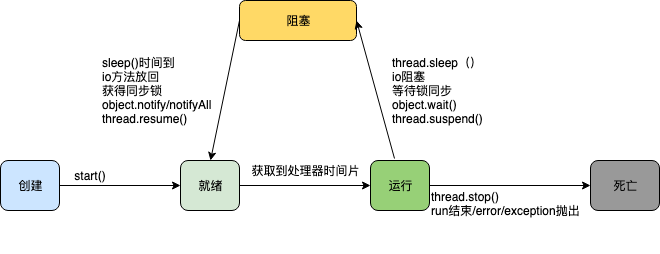
The draw.io diagram picture/线程生命周期.png in leon-fly/documents, before a commit. Source tidied: cells renumbered, new cells last; positions are measured from the earlier drawing's top-left corner, leaving out a move shared by most shapes. The source it was exported from:
```xml
<mxGraphModel>
  <root>
    <mxCell id="0" />
    <mxCell id="1" parent="0" />
    <mxCell id="2" style="edgeStyle=orthogonalEdgeStyle;rounded=0;jettySize=auto;html=1;entryX=0;entryY=0.5;entryDx=0;entryDy=0;" parent="1" edge="1" target="5">
      <mxGeometry relative="1" as="geometry">
        <mxPoint x="56" y="185" as="sourcePoint" />
      </mxGeometry>
    </mxCell>
    <mxCell id="3" value="创建" style="rounded=1;whiteSpace=wrap;html=1;fillColor=#CCE5FF;" parent="1" vertex="1">
      <mxGeometry y="160" width="59" height="50" as="geometry" />
    </mxCell>
    <mxCell id="4" style="edgeStyle=orthogonalEdgeStyle;rounded=0;jettySize=auto;html=1;" parent="1" edge="1" source="5" target="7">
      <mxGeometry relative="1" as="geometry" />
    </mxCell>
    <mxCell id="5" value="就绪" style="rounded=1;whiteSpace=wrap;html=1;fillColor=#D5E8D4;" parent="1" vertex="1">
      <mxGeometry x="180" y="160" width="59" height="50" as="geometry" />
    </mxCell>
    <mxCell id="6" style="edgeStyle=orthogonalEdgeStyle;rounded=0;jettySize=auto;html=1;" parent="1" edge="1" source="7" target="8">
      <mxGeometry relative="1" as="geometry" />
    </mxCell>
    <mxCell id="7" value="运行" style="rounded=1;whiteSpace=wrap;html=1;fillColor=#97D077;" parent="1" vertex="1">
      <mxGeometry x="370" y="160" width="59" height="50" as="geometry" />
    </mxCell>
    <mxCell id="8" value="死亡" style="rounded=1;whiteSpace=wrap;html=1;fillColor=#999999;" parent="1" vertex="1">
      <mxGeometry x="590" y="160" width="69" height="50" as="geometry" />
    </mxCell>
    <mxCell id="9" value="阻塞" style="rounded=1;whiteSpace=wrap;html=1;fillColor=#FFD966;" parent="1" vertex="1">
      <mxGeometry x="239" width="117" height="40" as="geometry" />
    </mxCell>
    <mxCell id="10" value="start()" style="text;html=1;strokeColor=none;fillColor=none;align=center;verticalAlign=middle;whiteSpace=wrap;rounded=0;" parent="1" vertex="1">
      <mxGeometry x="70" y="165" width="40" height="20" as="geometry" />
    </mxCell>
    <mxCell id="11" style="endArrow=classic;html=1;exitX=0.407;exitY=-0.04;exitDx=0;exitDy=0;exitPerimeter=0;entryX=1;entryY=0.5;entryDx=0;entryDy=0;" parent="1" edge="1" source="7" target="9">
      <mxGeometry relative="1" as="geometry" />
    </mxCell>
    <mxCell id="12" style="endArrow=classic;html=1;exitX=0;exitY=0.5;exitDx=0;exitDy=0;entryX=0.5;entryY=0;entryDx=0;entryDy=0;" parent="1" edge="1" source="9" target="5">
      <mxGeometry relative="1" as="geometry" />
    </mxCell>
    <mxCell id="13" value="获取到处理器时间片" style="text;html=1;strokeColor=none;fillColor=none;align=center;verticalAlign=middle;whiteSpace=wrap;rounded=0;" parent="1" vertex="1">
      <mxGeometry x="248.5" y="160" width="112" height="20" as="geometry" />
    </mxCell>
    <mxCell id="14" value="thread.sleep（）&lt;br&gt;io阻塞&lt;br&gt;等待锁同步&lt;br&gt;object.wait()&lt;br&gt;thread.suspend()&lt;br&gt;" style="text;html=1;strokeColor=none;fillColor=none;align=left;verticalAlign=middle;whiteSpace=wrap;rounded=0;" parent="1" vertex="1">
      <mxGeometry x="390" y="40" width="110" height="100" as="geometry" />
    </mxCell>
    <mxCell id="15" value="sleep()时间到&lt;br&gt;io方法放回&lt;br&gt;获得同步锁&lt;br&gt;object.notify/notifyAll&lt;br&gt;thread.resume()&lt;br&gt;" style="text;html=1;strokeColor=none;fillColor=none;align=left;verticalAlign=middle;whiteSpace=wrap;rounded=0;" parent="1" vertex="1">
      <mxGeometry x="99.5" y="40" width="110" height="100" as="geometry" />
    </mxCell>
    <mxCell id="16" value="thread.stop()&lt;br&gt;run结束/error/exception抛出&lt;br&gt;&lt;br&gt;" style="text;html=1;strokeColor=none;fillColor=none;align=left;verticalAlign=middle;whiteSpace=wrap;rounded=0;" parent="1" vertex="1">
      <mxGeometry x="429" y="167.5" width="152" height="85" as="geometry" />
    </mxCell>
  </root>
</mxGraphModel>
```
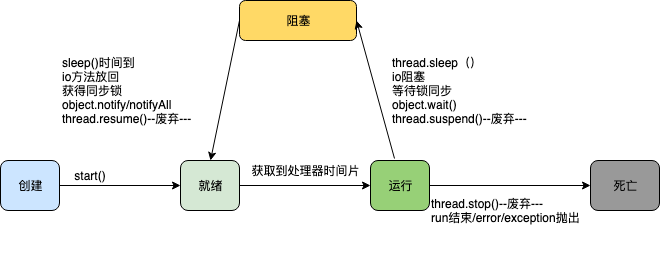
The same diagram one commit later.

Change to the diagram source:
```diff
@@ -40,13 +40,13 @@
     <mxCell id="13" value="获取到处理器时间片" style="text;html=1;strokeColor=none;fillColor=none;align=center;verticalAlign=middle;whiteSpace=wrap;rounded=0;" parent="1" vertex="1">
       <mxGeometry x="248.5" y="160" width="112" height="20" as="geometry" />
     </mxCell>
-    <mxCell id="14" value="thread.sleep（）&lt;br&gt;io阻塞&lt;br&gt;等待锁同步&lt;br&gt;object.wait()&lt;br&gt;thread.suspend()&lt;br&gt;" style="text;html=1;strokeColor=none;fillColor=none;align=left;verticalAlign=middle;whiteSpace=wrap;rounded=0;" parent="1" vertex="1">
-      <mxGeometry x="390" y="40" width="110" height="100" as="geometry" />
+    <mxCell id="14" value="thread.sleep（）&lt;br&gt;io阻塞&lt;br&gt;等待锁同步&lt;br&gt;object.wait()&lt;br&gt;thread.suspend()--废弃---&lt;br&gt;" style="text;html=1;strokeColor=none;fillColor=none;align=left;verticalAlign=middle;whiteSpace=wrap;rounded=0;" parent="1" vertex="1">
+      <mxGeometry x="390" y="40" width="170" height="100" as="geometry" />
     </mxCell>
-    <mxCell id="15" value="sleep()时间到&lt;br&gt;io方法放回&lt;br&gt;获得同步锁&lt;br&gt;object.notify/notifyAll&lt;br&gt;thread.resume()&lt;br&gt;" style="text;html=1;strokeColor=none;fillColor=none;align=left;verticalAlign=middle;whiteSpace=wrap;rounded=0;" parent="1" vertex="1">
-      <mxGeometry x="99.5" y="40" width="110" height="100" as="geometry" />
+    <mxCell id="15" value="sleep()时间到&lt;br&gt;io方法放回&lt;br&gt;获得同步锁&lt;br&gt;object.notify/notifyAll&lt;br&gt;thread.resume()--废弃---&lt;br&gt;" style="text;html=1;strokeColor=none;fillColor=none;align=left;verticalAlign=middle;whiteSpace=wrap;rounded=0;" parent="1" vertex="1">
+      <mxGeometry x="60" y="40" width="150" height="100" as="geometry" />
     </mxCell>
-    <mxCell id="16" value="thread.stop()&lt;br&gt;run结束/error/exception抛出&lt;br&gt;&lt;br&gt;" style="text;html=1;strokeColor=none;fillColor=none;align=left;verticalAlign=middle;whiteSpace=wrap;rounded=0;" parent="1" vertex="1">
+    <mxCell id="16" value="thread.stop()--废弃---&lt;br&gt;run结束/error/exception抛出&lt;br&gt;" style="text;html=1;strokeColor=none;fillColor=none;align=left;verticalAlign=middle;whiteSpace=wrap;rounded=0;" parent="1" vertex="1">
       <mxGeometry x="429" y="167.5" width="152" height="85" as="geometry" />
     </mxCell>
   </root>
```
